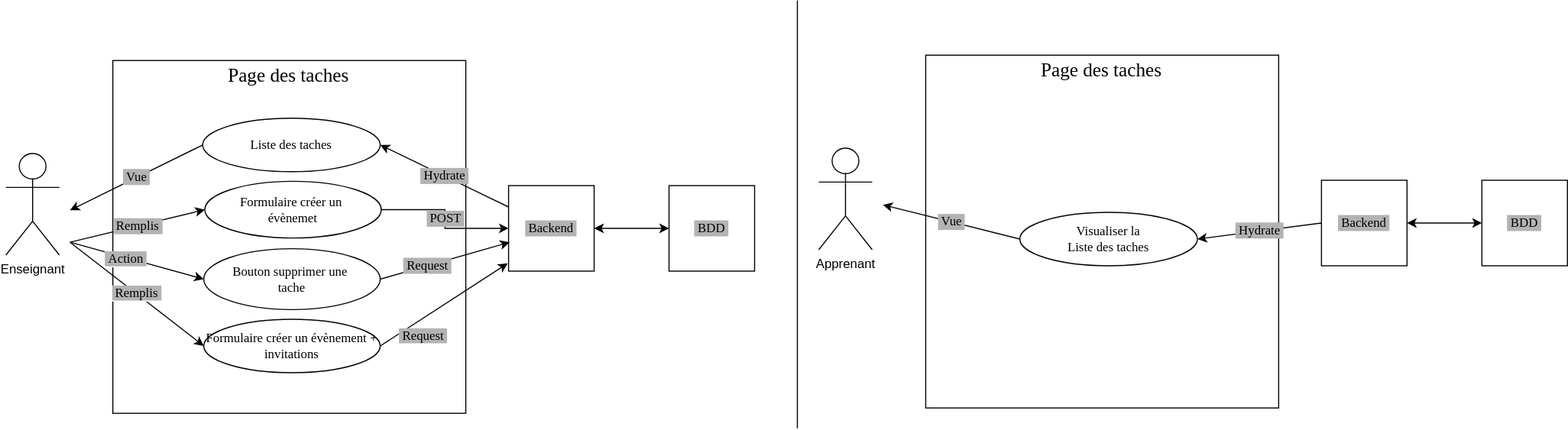
Earlier version of the draw.io export Diagramme cas usage page taches.drawio.svg (JyjyStudio/Learn-Home-P10). Source tidied: cells renumbered, new cells last; positions are measured from the earlier drawing's top-left corner, leaving out a move shared by most shapes.
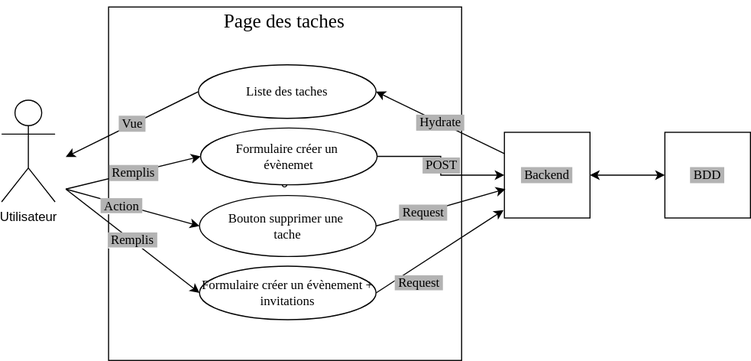
After the commit.

Change to the diagram source:
```diff
@@ -2,39 +2,10 @@
   <root>
     <mxCell id="0" />
     <mxCell id="1" parent="0" />
-    <mxCell id="2" value="Apprenant" style="shape=umlActor;verticalLabelPosition=bottom;verticalAlign=top;html=1;" parent="1" vertex="1">
-      <mxGeometry x="760" y="138" width="50" height="95" as="geometry" />
-    </mxCell>
-    <mxCell id="3" style="whiteSpace=wrap;html=1;" parent="1" vertex="1">
-      <mxGeometry x="860" y="51" width="330" height="330" as="geometry" />
-    </mxCell>
-    <mxCell id="4" value="&lt;font face=&quot;Tahoma&quot; style=&quot;font-size: 18px;&quot;&gt;Page des taches&lt;/font&gt;" style="text;html=1;align=center;verticalAlign=middle;strokeColor=none;fillColor=none;fontSize=18;fontStyle=0;" parent="1" vertex="1">
-      <mxGeometry x="949" y="45" width="150" height="40" as="geometry" />
-    </mxCell>
-    <mxCell id="5" value="&amp;nbsp;Backend&amp;nbsp;" style="whiteSpace=wrap;html=1;labelBackgroundColor=#B3B3B3;fontFamily=Tahoma;fontSize=12;" parent="1" vertex="1">
-      <mxGeometry x="1230" y="168" width="80" height="80" as="geometry" />
-    </mxCell>
-    <mxCell id="6" value="&amp;nbsp;BDD&amp;nbsp;" style="whiteSpace=wrap;html=1;labelBackgroundColor=#B3B3B3;fontFamily=Tahoma;fontSize=12;" parent="1" vertex="1">
-      <mxGeometry x="1380" y="168" width="80" height="80" as="geometry" />
-    </mxCell>
-    <mxCell id="7" style="endArrow=classic;startArrow=classic;html=1;rounded=0;labelBackgroundColor=#B3B3B3;fontFamily=Tahoma;fontSize=12;entryX=0;entryY=0.5;entryDx=0;entryDy=0;exitX=1;exitY=0.5;exitDx=0;exitDy=0;" parent="1" edge="1" source="5" target="6">
-      <mxGeometry relative="1" as="geometry" />
-    </mxCell>
-    <mxCell id="8" value="Visualiser la &lt;br&gt;Liste des taches" style="ellipse;whiteSpace=wrap;html=1;fontFamily=Tahoma;" parent="1" vertex="1">
-      <mxGeometry x="948" y="198" width="166" height="50" as="geometry" />
-    </mxCell>
-    <mxCell id="9" value="&amp;nbsp;Vue&amp;nbsp;" style="endArrow=classic;html=1;rounded=0;labelBackgroundColor=#B3B3B3;fontFamily=Tahoma;fontSize=12;exitX=0;exitY=0.5;exitDx=0;exitDy=0;" parent="1" edge="1" source="8">
-      <mxGeometry relative="1" as="geometry">
-        <mxPoint x="820" y="191" as="targetPoint" />
-      </mxGeometry>
-    </mxCell>
-    <mxCell id="10" value="&amp;nbsp;Hydrate&amp;nbsp;" style="endArrow=classic;html=1;rounded=0;labelBackgroundColor=#B3B3B3;fontFamily=Tahoma;fontSize=12;entryX=1;entryY=0.5;entryDx=0;entryDy=0;exitX=0;exitY=0.5;exitDx=0;exitDy=0;" parent="1" edge="1" source="5" target="8">
-      <mxGeometry relative="1" as="geometry" />
-    </mxCell>
-    <mxCell id="11" value="Enseignant" style="shape=umlActor;verticalLabelPosition=bottom;verticalAlign=top;html=1;" parent="1" vertex="1">
+    <mxCell id="11" value="Utilisateur" style="shape=umlActor;verticalLabelPosition=bottom;verticalAlign=top;html=1;" parent="1" vertex="1">
       <mxGeometry y="143" width="50" height="95" as="geometry" />
     </mxCell>
-    <mxCell id="12" style="whiteSpace=wrap;html=1;" parent="1" vertex="1">
+    <mxCell id="12" value="0" style="whiteSpace=wrap;html=1;" parent="1" vertex="1">
       <mxGeometry x="100" y="56" width="330" height="330" as="geometry" />
     </mxCell>
     <mxCell id="13" value="&lt;font face=&quot;Tahoma&quot; style=&quot;font-size: 18px;&quot;&gt;Page des taches&lt;/font&gt;" style="text;html=1;align=center;verticalAlign=middle;strokeColor=none;fillColor=none;fontSize=18;fontStyle=0;" parent="1" vertex="1">
@@ -108,11 +79,5 @@
     <mxCell id="31" value="&amp;nbsp;Hydrate&amp;nbsp;" style="endArrow=classic;html=1;rounded=0;labelBackgroundColor=#B3B3B3;fontFamily=Tahoma;fontSize=12;entryX=1;entryY=0.5;entryDx=0;entryDy=0;exitX=0;exitY=0.25;exitDx=0;exitDy=0;" parent="1" edge="1" source="21" target="29">
       <mxGeometry relative="1" as="geometry" />
     </mxCell>
-    <mxCell id="32" style="endArrow=none;html=1;rounded=0;" parent="1" edge="1">
-      <mxGeometry relative="1" as="geometry">
-        <mxPoint x="740" y="400" as="sourcePoint" />
-        <mxPoint x="740" as="targetPoint" />
-      </mxGeometry>
-    </mxCell>
   </root>
 </mxGraphModel>
```
